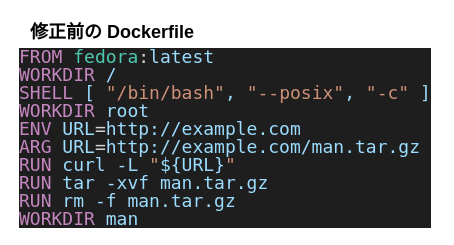
Above: slide/img/optimize1.drawio in posl/dit (draw.io), before the change. Source tidied: cells renumbered, new cells numbered last; positions are measured from the earlier drawing's top-left corner, leaving out a move shared by most shapes. Both pictures are drawn from the tidied source at 100%, with x=0, y=0 at pixel (17, 17).
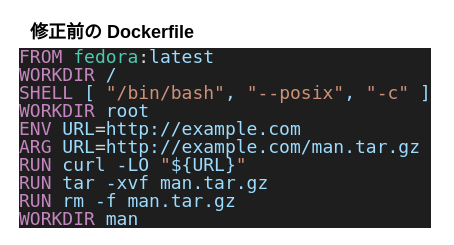
The same diagram, later.

Commit message (it also covers changes not shown here):
added -O option to the curl command

Change to the diagram source:
```diff
@@
 <mxGraphModel>
   <root>
     <mxCell id="0" />
     <mxCell id="1" parent="0" />
-    <mxCell id="2" value="&lt;div style=&quot;color: rgb(212, 212, 212); background-color: rgb(30, 30, 30); font-family: Menlo, Monaco, &amp;quot;Courier New&amp;quot;, monospace; line-height: 18px; font-size: 18px;&quot;&gt;&lt;div&gt;&lt;span style=&quot;color: #c586c0;&quot;&gt;FROM&lt;/span&gt; &lt;span style=&quot;color: #4ec9b0;&quot;&gt;fedora&lt;/span&gt;:&lt;span style=&quot;color: #9cdcfe;&quot;&gt;latest&lt;/span&gt;&lt;/div&gt;&lt;div&gt;&lt;span style=&quot;color: #c586c0;&quot;&gt;WORKDIR&lt;/span&gt; &lt;span style=&quot;color: #9cdcfe;&quot;&gt;/&lt;/span&gt;&lt;/div&gt;&lt;div&gt;&lt;span style=&quot;color: #c586c0;&quot;&gt;SHELL&lt;/span&gt; &lt;span style=&quot;color: #9cdcfe;&quot;&gt;[&lt;/span&gt; &lt;span style=&quot;color: #ce9178;&quot;&gt;&quot;/bin/bash&quot;&lt;/span&gt;&lt;span style=&quot;color: #9cdcfe;&quot;&gt;,&lt;/span&gt; &lt;span style=&quot;color: #ce9178;&quot;&gt;&quot;--posix&quot;&lt;/span&gt;&lt;span style=&quot;color: #9cdcfe;&quot;&gt;,&lt;/span&gt; &lt;span style=&quot;color: #ce9178;&quot;&gt;&quot;-c&quot;&lt;/span&gt; &lt;span style=&quot;color: #9cdcfe;&quot;&gt;]&lt;/span&gt;&lt;/div&gt;&lt;div&gt;&lt;span style=&quot;color: #c586c0;&quot;&gt;WORKDIR&lt;/span&gt; &lt;span style=&quot;color: #9cdcfe;&quot;&gt;root&lt;/span&gt;&lt;/div&gt;&lt;div&gt;&lt;span style=&quot;color: #c586c0;&quot;&gt;ENV&lt;/span&gt; &lt;span style=&quot;color: #9cdcfe;&quot;&gt;URL&lt;/span&gt;=&lt;span style=&quot;color: #9cdcfe;&quot;&gt;http://example.com&lt;/span&gt;&lt;/div&gt;&lt;div&gt;&lt;span style=&quot;color: #c586c0;&quot;&gt;ARG&lt;/span&gt; &lt;span style=&quot;color: #9cdcfe;&quot;&gt;URL&lt;/span&gt;=&lt;span style=&quot;color: #9cdcfe;&quot;&gt;http://example.com/man.tar.gz&lt;/span&gt;&lt;/div&gt;&lt;div&gt;&lt;span style=&quot;color: #c586c0;&quot;&gt;RUN&lt;/span&gt; &lt;span style=&quot;color: #9cdcfe;&quot;&gt;curl&lt;/span&gt; &lt;span style=&quot;color: #9cdcfe;&quot;&gt;-L&lt;/span&gt; &lt;span style=&quot;color: #ce9178;&quot;&gt;&quot;&lt;/span&gt;&lt;span style=&quot;color: #9cdcfe;&quot;&gt;${URL}&lt;/span&gt;&lt;span style=&quot;color: #ce9178;&quot;&gt;&quot;&lt;/span&gt;&lt;/div&gt;&lt;div&gt;&lt;span style=&quot;color: #c586c0;&quot;&gt;RUN&lt;/span&gt; &lt;span style=&quot;color: #9cdcfe;&quot;&gt;tar&lt;/span&gt; &lt;span style=&quot;color: #9cdcfe;&quot;&gt;-xvf&lt;/span&gt; &lt;span style=&quot;color: #9cdcfe;&quot;&gt;man.tar.gz&lt;/span&gt;&lt;/div&gt;&lt;div&gt;&lt;span style=&quot;color: #c586c0;&quot;&gt;RUN&lt;/span&gt; &lt;span style=&quot;color: #9cdcfe;&quot;&gt;rm&lt;/span&gt; &lt;span style=&quot;color: #9cdcfe;&quot;&gt;-f&lt;/span&gt; &lt;span style=&quot;color: #9cdcfe;&quot;&gt;man.tar.gz&lt;/span&gt;&lt;/div&gt;&lt;div style=&quot;&quot;&gt;&lt;span style=&quot;color: #c586c0;&quot;&gt;WORKDIR&lt;/span&gt; &lt;span style=&quot;color: #9cdcfe;&quot;&gt;man&lt;/span&gt;&lt;/div&gt;&lt;/div&gt;" style="text;html=1;strokeColor=none;fillColor=none;align=left;verticalAlign=middle;whiteSpace=wrap;rounded=0;" parent="1" vertex="1">
+    <mxCell id="2" value="&lt;div style=&quot;color: rgb(212, 212, 212); background-color: rgb(30, 30, 30); font-family: Menlo, Monaco, &amp;quot;Courier New&amp;quot;, monospace; line-height: 18px; font-size: 18px;&quot;&gt;&lt;div&gt;&lt;span style=&quot;color: #c586c0;&quot;&gt;FROM&lt;/span&gt; &lt;span style=&quot;color: #4ec9b0;&quot;&gt;fedora&lt;/span&gt;:&lt;span style=&quot;color: #9cdcfe;&quot;&gt;latest&lt;/span&gt;&lt;/div&gt;&lt;div&gt;&lt;span style=&quot;color: #c586c0;&quot;&gt;WORKDIR&lt;/span&gt; &lt;span style=&quot;color: #9cdcfe;&quot;&gt;/&lt;/span&gt;&lt;/div&gt;&lt;div&gt;&lt;span style=&quot;color: #c586c0;&quot;&gt;SHELL&lt;/span&gt; &lt;span style=&quot;color: #9cdcfe;&quot;&gt;[&lt;/span&gt; &lt;span style=&quot;color: #ce9178;&quot;&gt;&quot;/bin/bash&quot;&lt;/span&gt;&lt;span style=&quot;color: #9cdcfe;&quot;&gt;,&lt;/span&gt; &lt;span style=&quot;color: #ce9178;&quot;&gt;&quot;--posix&quot;&lt;/span&gt;&lt;span style=&quot;color: #9cdcfe;&quot;&gt;,&lt;/span&gt; &lt;span style=&quot;color: #ce9178;&quot;&gt;&quot;-c&quot;&lt;/span&gt; &lt;span style=&quot;color: #9cdcfe;&quot;&gt;]&lt;/span&gt;&lt;/div&gt;&lt;div&gt;&lt;span style=&quot;color: #c586c0;&quot;&gt;WORKDIR&lt;/span&gt; &lt;span style=&quot;color: #9cdcfe;&quot;&gt;root&lt;/span&gt;&lt;/div&gt;&lt;div&gt;&lt;span style=&quot;color: #c586c0;&quot;&gt;ENV&lt;/span&gt; &lt;span style=&quot;color: #9cdcfe;&quot;&gt;URL&lt;/span&gt;=&lt;span style=&quot;color: #9cdcfe;&quot;&gt;http://example.com&lt;/span&gt;&lt;/div&gt;&lt;div&gt;&lt;span style=&quot;color: #c586c0;&quot;&gt;ARG&lt;/span&gt; &lt;span style=&quot;color: #9cdcfe;&quot;&gt;URL&lt;/span&gt;=&lt;span style=&quot;color: #9cdcfe;&quot;&gt;http://example.com/man.tar.gz&lt;/span&gt;&lt;/div&gt;&lt;div&gt;&lt;span style=&quot;color: #c586c0;&quot;&gt;RUN&lt;/span&gt; &lt;span style=&quot;color: #9cdcfe;&quot;&gt;curl&lt;/span&gt; &lt;span style=&quot;color: #9cdcfe;&quot;&gt;-LO&lt;/span&gt;&amp;nbsp;&lt;span style=&quot;color: #ce9178;&quot;&gt;&quot;&lt;/span&gt;&lt;span style=&quot;color: #9cdcfe;&quot;&gt;${URL}&lt;/span&gt;&lt;span style=&quot;color: #ce9178;&quot;&gt;&quot;&lt;/span&gt;&lt;/div&gt;&lt;div&gt;&lt;span style=&quot;color: #c586c0;&quot;&gt;RUN&lt;/span&gt; &lt;span style=&quot;color: #9cdcfe;&quot;&gt;tar&lt;/span&gt; &lt;span style=&quot;color: #9cdcfe;&quot;&gt;-xvf&lt;/span&gt; &lt;span style=&quot;color: #9cdcfe;&quot;&gt;man.tar.gz&lt;/span&gt;&lt;/div&gt;&lt;div&gt;&lt;span style=&quot;color: #c586c0;&quot;&gt;RUN&lt;/span&gt; &lt;span style=&quot;color: #9cdcfe;&quot;&gt;rm&lt;/span&gt; &lt;span style=&quot;color: #9cdcfe;&quot;&gt;-f&lt;/span&gt; &lt;span style=&quot;color: #9cdcfe;&quot;&gt;man.tar.gz&lt;/span&gt;&lt;/div&gt;&lt;div style=&quot;&quot;&gt;&lt;span style=&quot;color: #c586c0;&quot;&gt;WORKDIR&lt;/span&gt; &lt;span style=&quot;color: #9cdcfe;&quot;&gt;man&lt;/span&gt;&lt;/div&gt;&lt;/div&gt;" style="text;html=1;strokeColor=none;fillColor=none;align=left;verticalAlign=middle;whiteSpace=wrap;rounded=0;" parent="1" vertex="1">
       <mxGeometry y="30" width="420" height="180" as="geometry" />
     </mxCell>
     <mxCell id="3" value="修正前の Dockerfile" style="text;html=1;strokeColor=none;fillColor=none;align=center;verticalAlign=middle;whiteSpace=wrap;rounded=0;fontSize=18;fontStyle=1;" parent="1" vertex="1">
       <mxGeometry x="10" width="170" height="30" as="geometry" />
     </mxCell>
   </root>
 </mxGraphModel>
```
